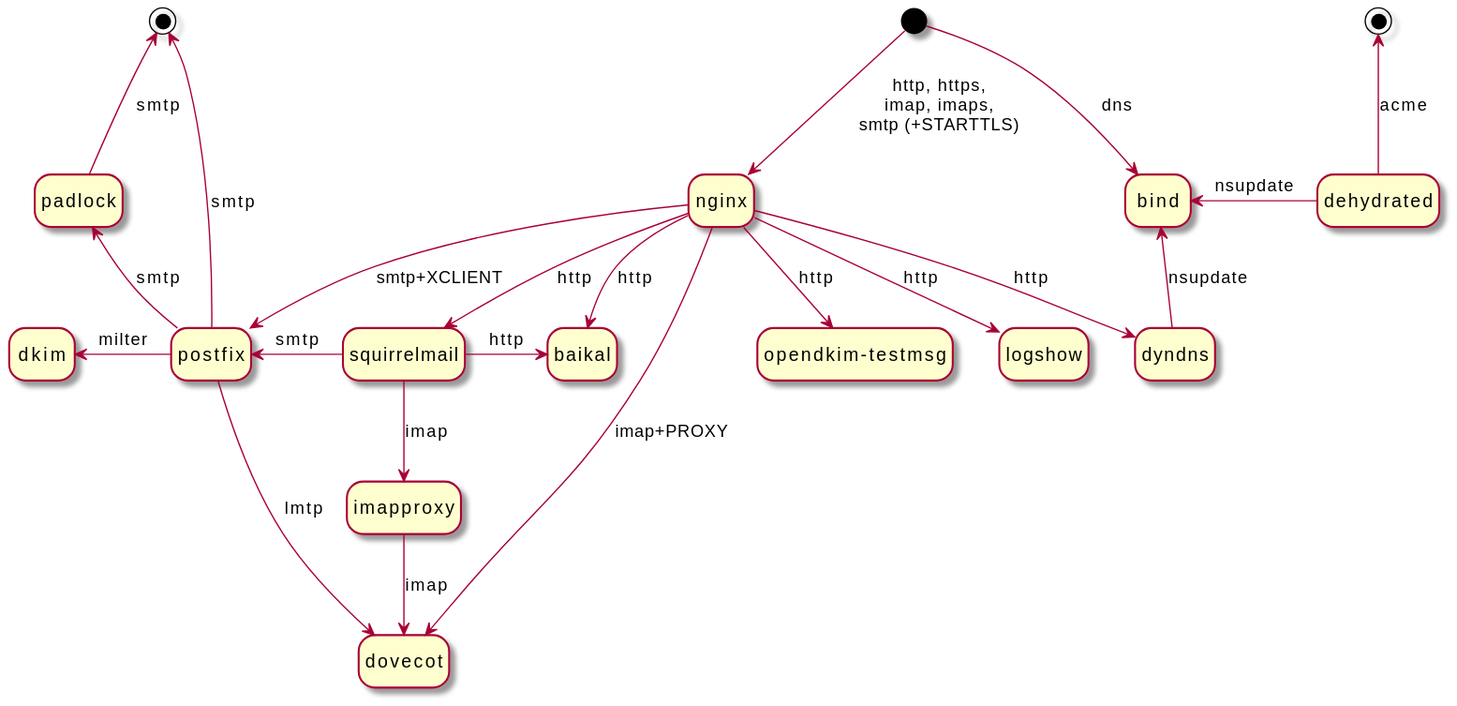
Lex-2008/containers keeps this PlantUML diagram as containers.svg. Above is the earlier version. Its diagram source:
```plantuml
@startuml
hide empty description

[*] --> nginx: http, https,\nimap, imaps,\nsmtp (+STARTTLS)

[*] --> bind: dns
nginx --> dyndns: http
dyndns -u-> bind: nsupdate

state postfix
state postfix1 <<end>>
nginx --> postfix: smtp+XCLIENT
postfix -u-> padlock: smtp
postfix -u-> postfix1: smtp
padlock -u-> postfix1: smtp

state dkim
postfix -l-> dkim: milter

state dovecot
postfix --> dovecot: lmtp
nginx --> dovecot: imap+PROXY

state imapproxy
imapproxy --> dovecot: imap

state squirrelmail
squirrelmail -l-> postfix: smtp
squirrelmail --> imapproxy: imap
squirrelmail -> baikal: http
nginx --> squirrelmail: http

state "opendkim-testmsg" as opendkimtestmsg

nginx --> baikal: http
nginx --> logshow: http
nginx --> opendkimtestmsg: http

state dehydrated1 <<end>>
dehydrated -l-> bind: nsupdate
dehydrated -u-> dehydrated1: acme
@enduml
```
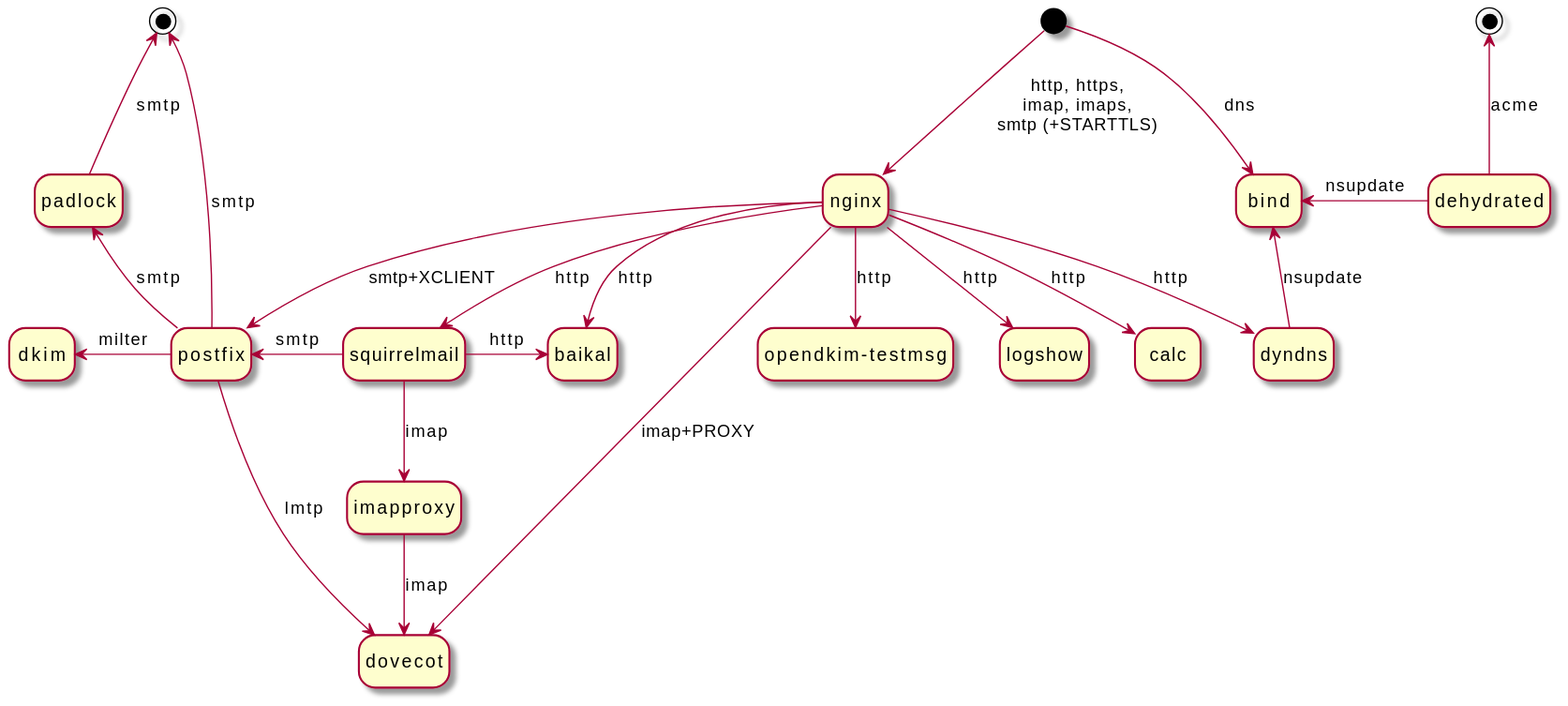
Later version of the same file.

The edit, as a diff of the source:
```diff
@@ -34,6 +34,7 @@
 
 nginx --> baikal: http
 nginx --> logshow: http
+nginx --> calc: http
 nginx --> opendkimtestmsg: http
 
 state dehydrated1 <<end>>
```
